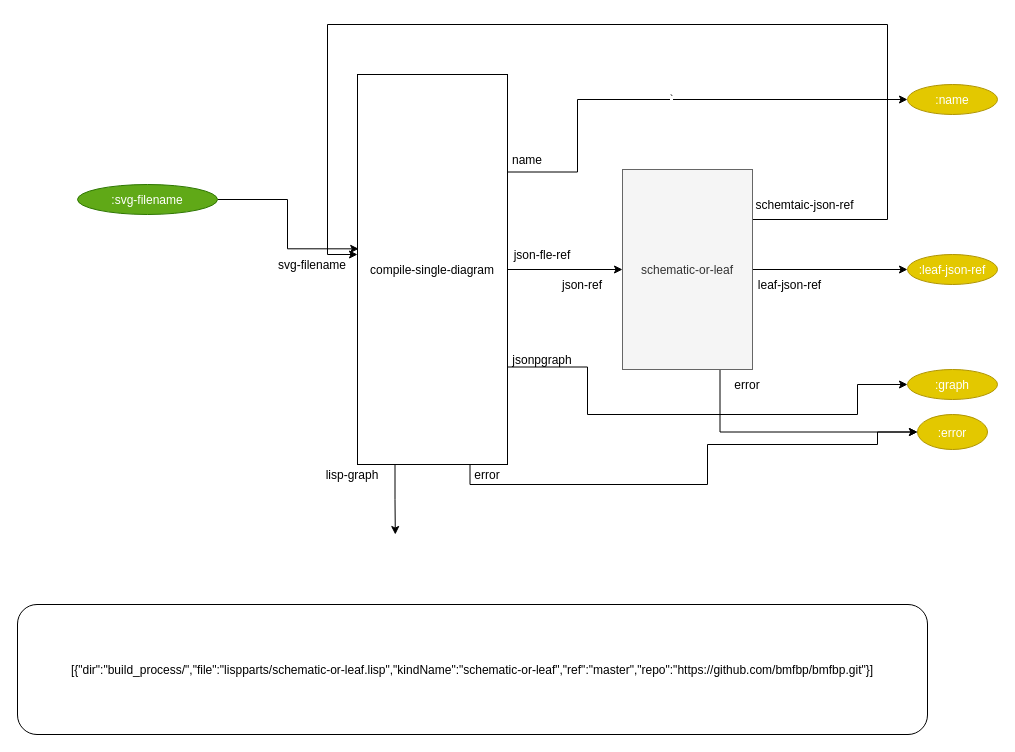
This is page "2. build-recursive" (3 of 5) of build_process/cl-build/build.drawio from bmfbp/bmfbp, a draw.io file, before an edit. Source tidied: cells renumbered, new cells numbered last; positions are measured from the earlier drawing's top-left corner, leaving out a move shared by most shapes. Both pictures are drawn from the tidied source at 100%, with x=0, y=0 at pixel (17, 24).
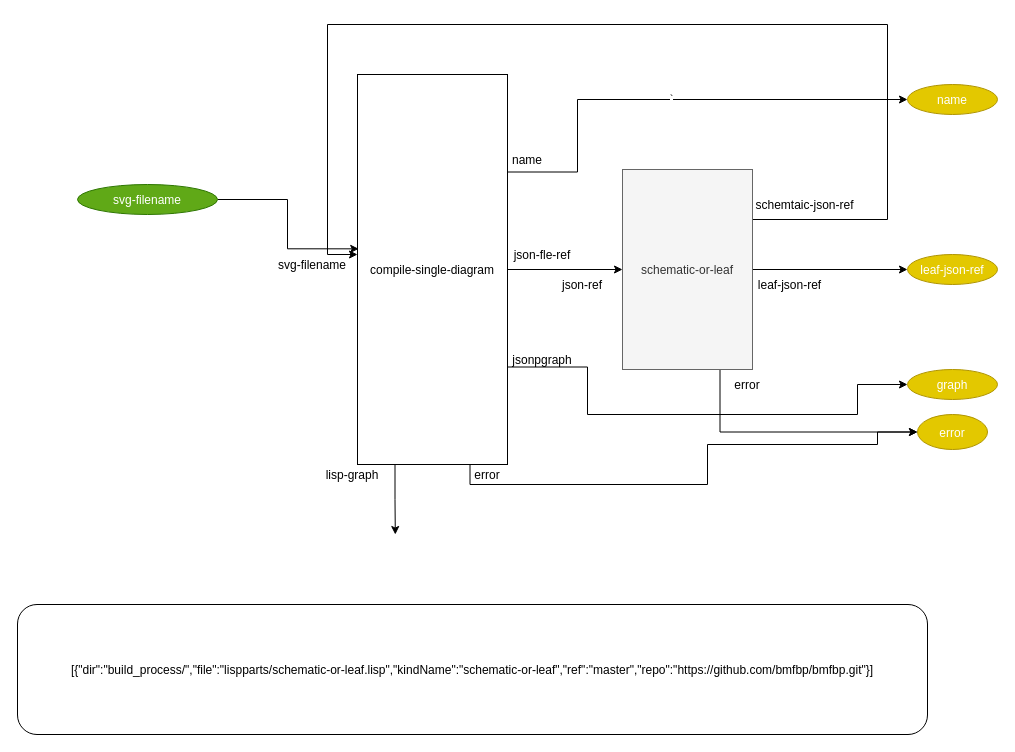
The same page after the edit.

What changed in the source:
```diff
@@
-    <mxCell id="9" value=":svg-filename" style="ellipse;fillColor=#60a917;strokeColor=#2D7600;fontColor=#ffffff;" parent="1" vertex="1">
+    <mxCell id="9" value="svg-filename" style="ellipse;fillColor=#60a917;strokeColor=#2D7600;fontColor=#ffffff;" parent="1" vertex="1">
       <mxGeometry x="60" y="160" width="140" height="30" as="geometry" />
     </mxCell>
-    <mxCell id="10" value=":error" style="ellipse;fillColor=#e3c800;strokeColor=#B09500;fontColor=#ffffff;" parent="1" vertex="1">
+    <mxCell id="10" value="error" style="ellipse;fillColor=#e3c800;strokeColor=#B09500;fontColor=#ffffff;" parent="1" vertex="1">
       <mxGeometry x="900" y="390" width="70" height="35" as="geometry" />
     </mxCell>
-    <mxCell id="11" value=":graph" style="ellipse;fillColor=#e3c800;strokeColor=#B09500;fontColor=#ffffff;" parent="1" vertex="1">
+    <mxCell id="11" value="graph" style="ellipse;fillColor=#e3c800;strokeColor=#B09500;fontColor=#ffffff;" parent="1" vertex="1">
       <mxGeometry x="890" y="345" width="90" height="30" as="geometry" />
     </mxCell>
-    <mxCell id="12" value=":name" style="ellipse;fillColor=#e3c800;strokeColor=#B09500;fontColor=#ffffff;" parent="1" vertex="1">
+    <mxCell id="12" value="name" style="ellipse;fillColor=#e3c800;strokeColor=#B09500;fontColor=#ffffff;" parent="1" vertex="1">
       <mxGeometry x="890" y="60" width="90" height="30" as="geometry" />
     </mxCell>
@@
-    <mxCell id="17" value=":leaf-json-ref" style="ellipse;fillColor=#e3c800;strokeColor=#B09500;fontColor=#ffffff;" parent="1" vertex="1">
+    <mxCell id="17" value="leaf-json-ref" style="ellipse;fillColor=#e3c800;strokeColor=#B09500;fontColor=#ffffff;" parent="1" vertex="1">
       <mxGeometry x="890" y="230" width="90" height="30" as="geometry" />
     </mxCell>
```
